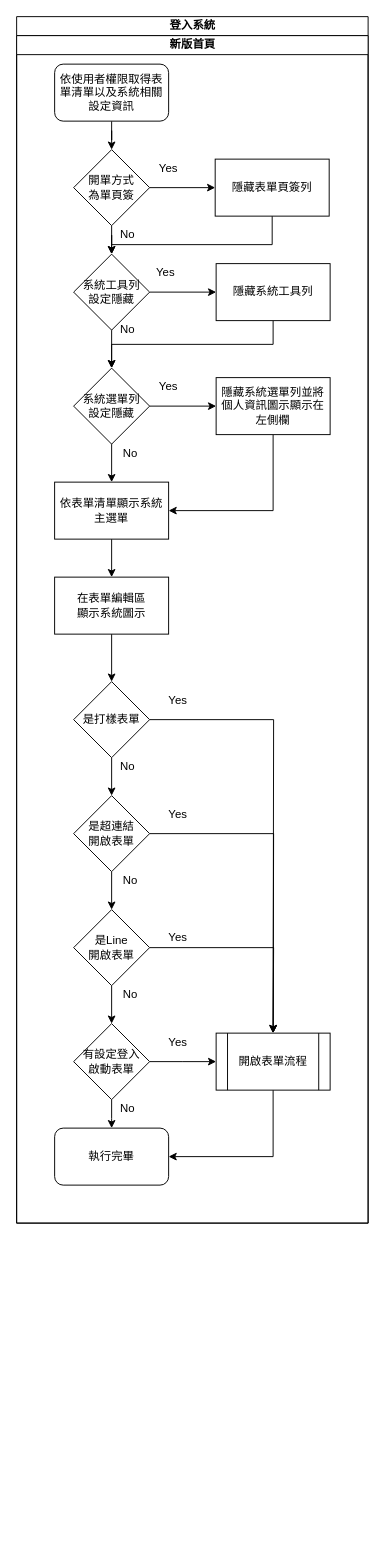
Above: page "登入系統_首頁處理流程" (2 of 6) of 8.10.0/UPDATE/ITEM_10/RTE/diagram/新版首頁.drawio in ArcareRD/sadocs (draw.io), before the change. Source tidied: cells renumbered, new cells numbered last; positions are measured from the earlier drawing's top-left corner, leaving out a move shared by most shapes. Both pictures are drawn from the tidied source at 95%, with x=0, y=0 at pixel (16, 16).
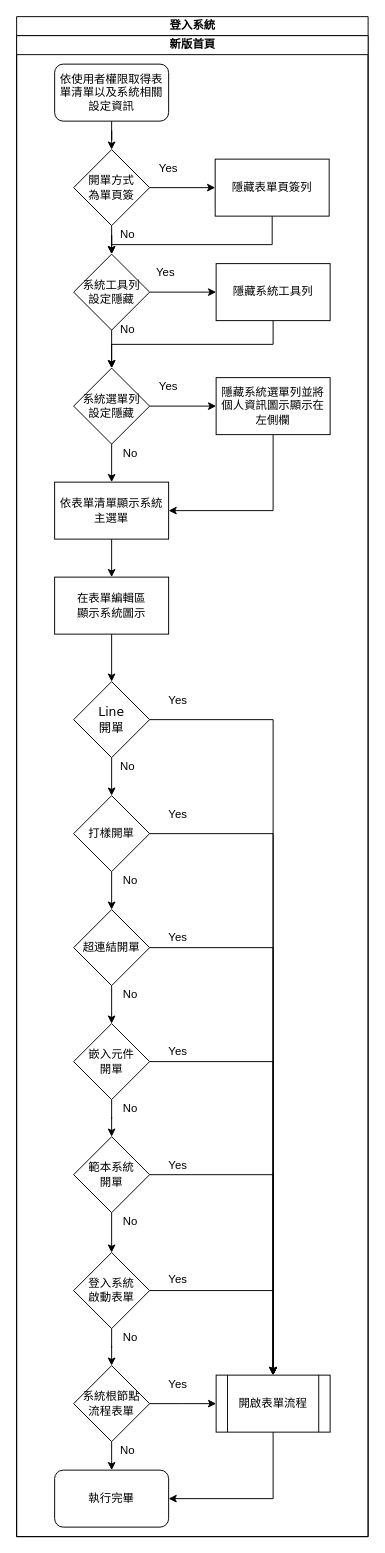
Above is the later version.

Change to the diagram source:
```diff
@@
     <mxCell id="2" value="登入系統" style="swimlane;html=1;startSize=20;" parent="1" vertex="1">
-      <mxGeometry width="370" height="1270" as="geometry" />
+      <mxGeometry width="370" height="1600" as="geometry" />
     </mxCell>
     <mxCell id="3" value="新版首頁" style="swimlane;html=1;startSize=20;" parent="2" vertex="1">
-      <mxGeometry y="20" width="370" height="1250" as="geometry" />
+      <mxGeometry y="20" width="370" height="1580" as="geometry" />
     </mxCell>
-    <mxCell id="4" style="edgeStyle=orthogonalEdgeStyle;rounded=0;jettySize=auto;html=1;" parent="3" edge="1" source="48">
-      <mxGeometry relative="1" as="geometry">
-        <mxPoint x="100" y="1150" as="targetPoint" />
-      </mxGeometry>
-    </mxCell>
-    <mxCell id="5" style="edgeStyle=orthogonalEdgeStyle;rounded=0;jettySize=auto;html=1;" parent="3" edge="1" source="48">
-      <mxGeometry relative="1" as="geometry">
-        <mxPoint x="210" y="1080" as="targetPoint" />
-      </mxGeometry>
-    </mxCell>
-    <mxCell id="6" style="edgeStyle=orthogonalEdgeStyle;rounded=0;jettySize=auto;html=1;" parent="3" edge="1" source="47" target="48">
-      <mxGeometry relative="1" as="geometry" />
-    </mxCell>
-    <mxCell id="7" style="edgeStyle=orthogonalEdgeStyle;rounded=0;jettySize=auto;html=1;" parent="3" edge="1" source="47">
-      <mxGeometry relative="1" as="geometry">
-        <mxPoint x="270" y="1050" as="targetPoint" />
-      </mxGeometry>
+    <mxCell id="7" style="edgeStyle=orthogonalEdgeStyle;rounded=0;jettySize=auto;html=1;" parent="3" edge="1" source="47" target="29">
+      <mxGeometry relative="1" as="geometry" />
     </mxCell>
-    <mxCell id="8" style="edgeStyle=orthogonalEdgeStyle;rounded=0;jettySize=auto;html=1;" parent="3" edge="1" source="46">
-      <mxGeometry relative="1" as="geometry">
-        <mxPoint x="270" y="1050" as="targetPoint" />
-      </mxGeometry>
+    <mxCell id="8" style="edgeStyle=orthogonalEdgeStyle;rounded=0;jettySize=auto;html=1;" parent="3" edge="1" source="46" target="29">
+      <mxGeometry relative="1" as="geometry" />
     </mxCell>
-    <mxCell id="9" style="edgeStyle=orthogonalEdgeStyle;rounded=0;jettySize=auto;html=1;" parent="3" edge="1" source="43">
-      <mxGeometry relative="1" as="geometry">
-        <mxPoint x="270" y="1050" as="targetPoint" />
-      </mxGeometry>
+    <mxCell id="9" style="edgeStyle=orthogonalEdgeStyle;rounded=0;jettySize=auto;html=1;" parent="3" edge="1" source="43" target="29">
+      <mxGeometry relative="1" as="geometry" />
     </mxCell>
@@
+    <mxCell id="54" style="edgeStyle=orthogonalEdgeStyle;rounded=0;jettySize=auto;html=1;" parent="3" edge="1" source="56" target="62">
+      <mxGeometry relative="1" as="geometry" />
+    </mxCell>
+    <mxCell id="55" style="edgeStyle=orthogonalEdgeStyle;rounded=0;jettySize=auto;html=1;" parent="3" edge="1" source="56" target="29">
+      <mxGeometry relative="1" as="geometry" />
+    </mxCell>
+    <mxCell id="56" value="範本系統&lt;br&gt;開單" style="rhombus;whiteSpace=wrap;html=1;rounded=0;" parent="3" vertex="1">
+      <mxGeometry x="60" y="1159" width="80" height="80" as="geometry" />
+    </mxCell>
@@
-    <mxCell id="21" value="執行完畢" style="rounded=1;whiteSpace=wrap;html=1;" parent="3" vertex="1">
-      <mxGeometry x="40" y="1150" width="120" height="60" as="geometry" />
-    </mxCell>
@@
+    <mxCell id="57" style="edgeStyle=orthogonalEdgeStyle;rounded=0;jettySize=auto;html=1;" parent="3" edge="1" source="59" target="56">
+      <mxGeometry relative="1" as="geometry" />
+    </mxCell>
+    <mxCell id="58" style="edgeStyle=orthogonalEdgeStyle;rounded=0;jettySize=auto;html=1;" parent="3" edge="1" source="59" target="29">
+      <mxGeometry relative="1" as="geometry" />
+    </mxCell>
+    <mxCell id="59" value="嵌入元件&lt;br&gt;開單" style="rhombus;whiteSpace=wrap;html=1;rounded=0;" parent="3" vertex="1">
+      <mxGeometry x="60" y="1040" width="80" height="80" as="geometry" />
+    </mxCell>
+    <mxCell id="60" style="edgeStyle=orthogonalEdgeStyle;rounded=0;jettySize=auto;html=1;" parent="3" edge="1" source="62" target="48">
+      <mxGeometry relative="1" as="geometry" />
+    </mxCell>
+    <mxCell id="61" style="edgeStyle=orthogonalEdgeStyle;rounded=0;jettySize=auto;html=1;" parent="3" edge="1" source="62" target="29">
+      <mxGeometry relative="1" as="geometry" />
+    </mxCell>
+    <mxCell id="62" value="登入系統&lt;br&gt;啟動表單" style="rhombus;whiteSpace=wrap;html=1;rounded=0;" parent="3" vertex="1">
+      <mxGeometry x="60" y="1281" width="80" height="80" as="geometry" />
+    </mxCell>
+    <mxCell id="4" style="edgeStyle=orthogonalEdgeStyle;rounded=0;jettySize=auto;html=1;" parent="3" edge="1" source="48">
+      <mxGeometry relative="1" as="geometry">
+        <mxPoint x="100" y="1510" as="targetPoint" />
+      </mxGeometry>
+    </mxCell>
+    <mxCell id="5" style="edgeStyle=orthogonalEdgeStyle;rounded=0;jettySize=auto;html=1;" parent="3" edge="1" source="48">
+      <mxGeometry relative="1" as="geometry">
+        <mxPoint x="210" y="1440" as="targetPoint" />
+      </mxGeometry>
+    </mxCell>
+    <mxCell id="21" value="執行完畢" style="rounded=1;whiteSpace=wrap;html=1;" parent="3" vertex="1">
+      <mxGeometry x="40" y="1510" width="120" height="60" as="geometry" />
+    </mxCell>
+    <mxCell id="28" style="edgeStyle=orthogonalEdgeStyle;rounded=0;jettySize=auto;html=1;entryX=1;entryY=0.5;entryDx=0;entryDy=0;exitX=0.5;exitY=1;exitDx=0;exitDy=0;" parent="3" edge="1" source="29" target="21">
+      <mxGeometry relative="1" as="geometry" />
+    </mxCell>
+    <mxCell id="48" value="系統根節點&lt;br&gt;流程表單" style="rhombus;whiteSpace=wrap;html=1;rounded=0;" parent="3" vertex="1">
+      <mxGeometry x="60" y="1400" width="80" height="80" as="geometry" />
+    </mxCell>
+    <mxCell id="39" value="No" style="text;html=1;strokeColor=none;fillColor=none;align=center;verticalAlign=middle;whiteSpace=wrap;rounded=0;" parent="3" vertex="1">
+      <mxGeometry x="97" y="1480" width="40" height="20" as="geometry" />
+    </mxCell>
+    <mxCell id="63" value="No" style="text;html=1;strokeColor=none;fillColor=none;align=center;verticalAlign=middle;whiteSpace=wrap;rounded=0;" parent="3" vertex="1">
+      <mxGeometry x="100" y="1120" width="40" height="20" as="geometry" />
+    </mxCell>
+    <mxCell id="37" value="No" style="text;html=1;strokeColor=none;fillColor=none;align=center;verticalAlign=middle;whiteSpace=wrap;rounded=0;" parent="3" vertex="1">
+      <mxGeometry x="100" y="1000" width="40" height="20" as="geometry" />
+    </mxCell>
+    <mxCell id="64" value="No" style="text;html=1;strokeColor=none;fillColor=none;align=center;verticalAlign=middle;whiteSpace=wrap;rounded=0;" parent="3" vertex="1">
+      <mxGeometry x="100" y="1239" width="40" height="20" as="geometry" />
+    </mxCell>
+    <mxCell id="65" value="No" style="text;html=1;strokeColor=none;fillColor=none;align=center;verticalAlign=middle;whiteSpace=wrap;rounded=0;" parent="3" vertex="1">
+      <mxGeometry x="100" y="1361" width="40" height="20" as="geometry" />
+    </mxCell>
+    <mxCell id="66" value="Yes" style="text;html=1;strokeColor=none;fillColor=none;align=center;verticalAlign=middle;whiteSpace=wrap;rounded=0;" parent="3" vertex="1">
+      <mxGeometry x="150" y="1180" width="40" height="20" as="geometry" />
+    </mxCell>
+    <mxCell id="67" value="Yes" style="text;html=1;strokeColor=none;fillColor=none;align=center;verticalAlign=middle;whiteSpace=wrap;rounded=0;" parent="3" vertex="1">
+      <mxGeometry x="150" y="1060" width="40" height="20" as="geometry" />
+    </mxCell>
+    <mxCell id="35" value="Yes" style="text;html=1;strokeColor=none;fillColor=none;align=center;verticalAlign=middle;whiteSpace=wrap;rounded=0;" parent="3" vertex="1">
+      <mxGeometry x="150" y="1410" width="40" height="20" as="geometry" />
+    </mxCell>
+    <mxCell id="68" value="Yes" style="text;html=1;strokeColor=none;fillColor=none;align=center;verticalAlign=middle;whiteSpace=wrap;rounded=0;" parent="3" vertex="1">
+      <mxGeometry x="150" y="1300" width="40" height="20" as="geometry" />
+    </mxCell>
+    <mxCell id="29" value="開啟表單流程" style="shape=process;whiteSpace=wrap;html=1;backgroundOutline=1;" parent="3" vertex="1">
+      <mxGeometry x="210" y="1410" width="120" height="60" as="geometry" />
+    </mxCell>
@@
-    <mxCell id="28" style="edgeStyle=orthogonalEdgeStyle;rounded=0;jettySize=auto;html=1;entryX=1;entryY=0.5;entryDx=0;entryDy=0;exitX=0.5;exitY=1;exitDx=0;exitDy=0;" parent="3" edge="1" source="29" target="21">
-      <mxGeometry relative="1" as="geometry" />
-    </mxCell>
-    <mxCell id="29" value="開啟表單流程" style="shape=process;whiteSpace=wrap;html=1;backgroundOutline=1;" parent="3" vertex="1">
-      <mxGeometry x="210" y="1050" width="120" height="60" as="geometry" />
-    </mxCell>
@@
-    <mxCell id="35" value="Yes" style="text;html=1;strokeColor=none;fillColor=none;align=center;verticalAlign=middle;whiteSpace=wrap;rounded=0;" parent="3" vertex="1">
-      <mxGeometry x="150" y="1050" width="40" height="20" as="geometry" />
-    </mxCell>
@@
-    <mxCell id="37" value="No" style="text;html=1;strokeColor=none;fillColor=none;align=center;verticalAlign=middle;whiteSpace=wrap;rounded=0;" parent="3" vertex="1">
-      <mxGeometry x="100" y="1000" width="40" height="20" as="geometry" />
-    </mxCell>
@@
-    <mxCell id="39" value="No" style="text;html=1;strokeColor=none;fillColor=none;align=center;verticalAlign=middle;whiteSpace=wrap;rounded=0;" parent="3" vertex="1">
-      <mxGeometry x="97" y="1120" width="40" height="20" as="geometry" />
-    </mxCell>
@@
-    <mxCell id="43" value="是打樣表單" style="rhombus;whiteSpace=wrap;html=1;rounded=0;" parent="3" vertex="1">
+    <mxCell id="43" value="&lt;span style=&quot;font-family: &amp;#34;verdana&amp;#34; , &amp;#34;arial&amp;#34; , &amp;#34;bitstream vera sans&amp;#34; , &amp;#34;helvetica&amp;#34; , sans-serif ; font-size: 13px ; text-align: left ; background-color: rgb(255 , 255 , 255)&quot;&gt;Line&lt;br&gt;開單&lt;/span&gt;" style="rhombus;whiteSpace=wrap;html=1;rounded=0;" parent="3" vertex="1">
       <mxGeometry x="60" y="680" width="80" height="80" as="geometry" />
     </mxCell>
@@
-    <mxCell id="46" value="是超連結&lt;br&gt;開啟表單" style="rhombus;whiteSpace=wrap;html=1;rounded=0;" parent="3" vertex="1">
+    <mxCell id="46" value="打樣開單" style="rhombus;whiteSpace=wrap;html=1;rounded=0;" parent="3" vertex="1">
       <mxGeometry x="60" y="800" width="80" height="80" as="geometry" />
     </mxCell>
+    <mxCell id="69" style="edgeStyle=orthogonalEdgeStyle;rounded=0;jettySize=auto;html=1;" parent="3" edge="1" source="47" target="59">
+      <mxGeometry relative="1" as="geometry" />
+    </mxCell>
-    <mxCell id="47" value="是Line&lt;br&gt;開啟表單" style="rhombus;whiteSpace=wrap;html=1;rounded=0;" parent="3" vertex="1">
+    <mxCell id="47" value="超連結開單" style="rhombus;whiteSpace=wrap;html=1;rounded=0;" parent="3" vertex="1">
       <mxGeometry x="60" y="920" width="80" height="80" as="geometry" />
     </mxCell>
-    <mxCell id="48" value="有設定登入&lt;br&gt;啟動表單" style="rhombus;whiteSpace=wrap;html=1;rounded=0;" parent="3" vertex="1">
-      <mxGeometry x="60" y="1040" width="80" height="80" as="geometry" />
-    </mxCell>
```
